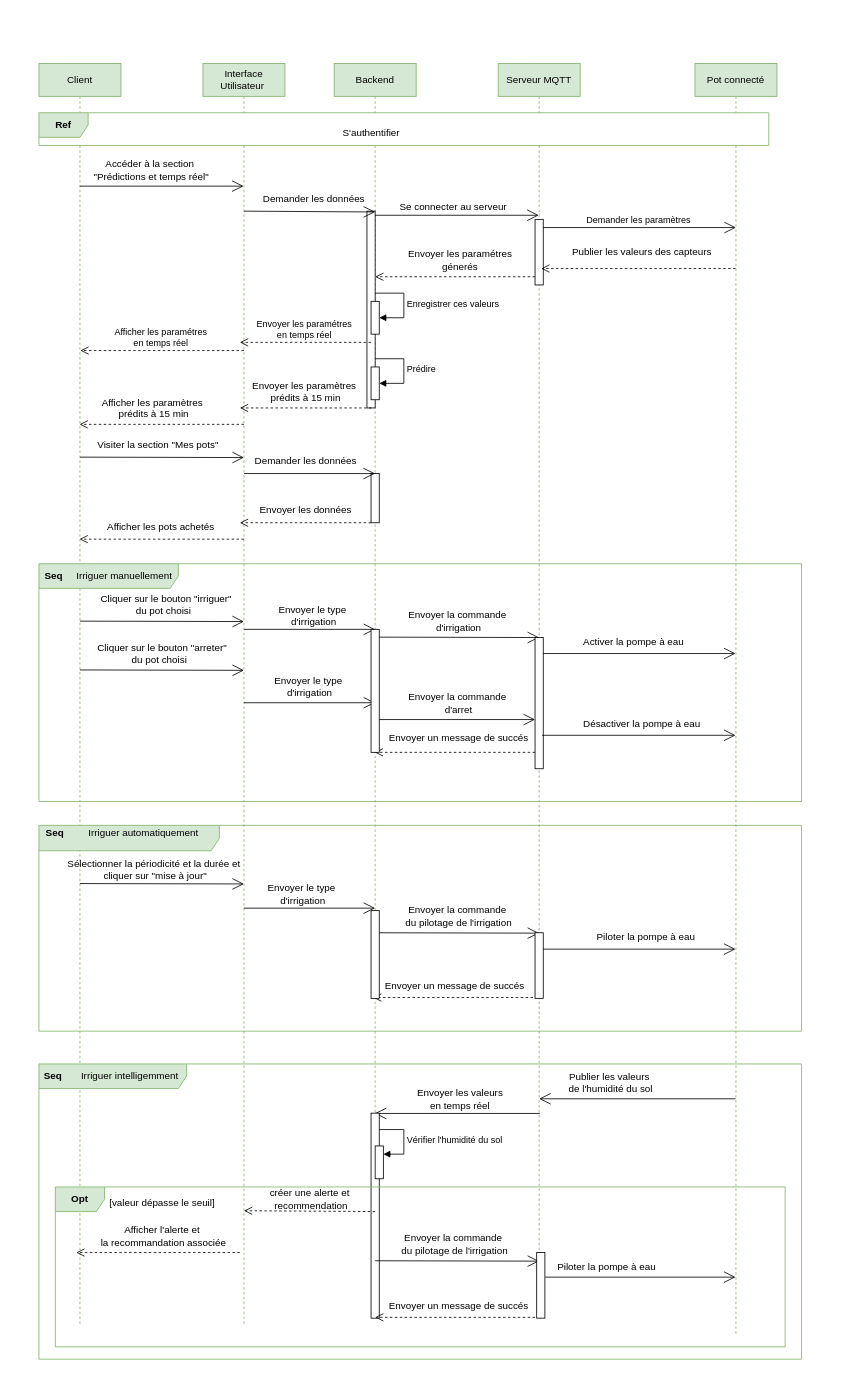
oussema1-hub/Rapport-Conception keeps this draw.io diagram as Diagramme de séquence processus de maintenance .drawio. Above is the earlier version. Source tidied: cells renumbered, new cells numbered last; positions are measured from the earlier drawing's top-left corner, leaving out a move shared by most shapes. Both pictures are drawn from the tidied source at 82%, with x=0, y=0 at pixel (39, 63).
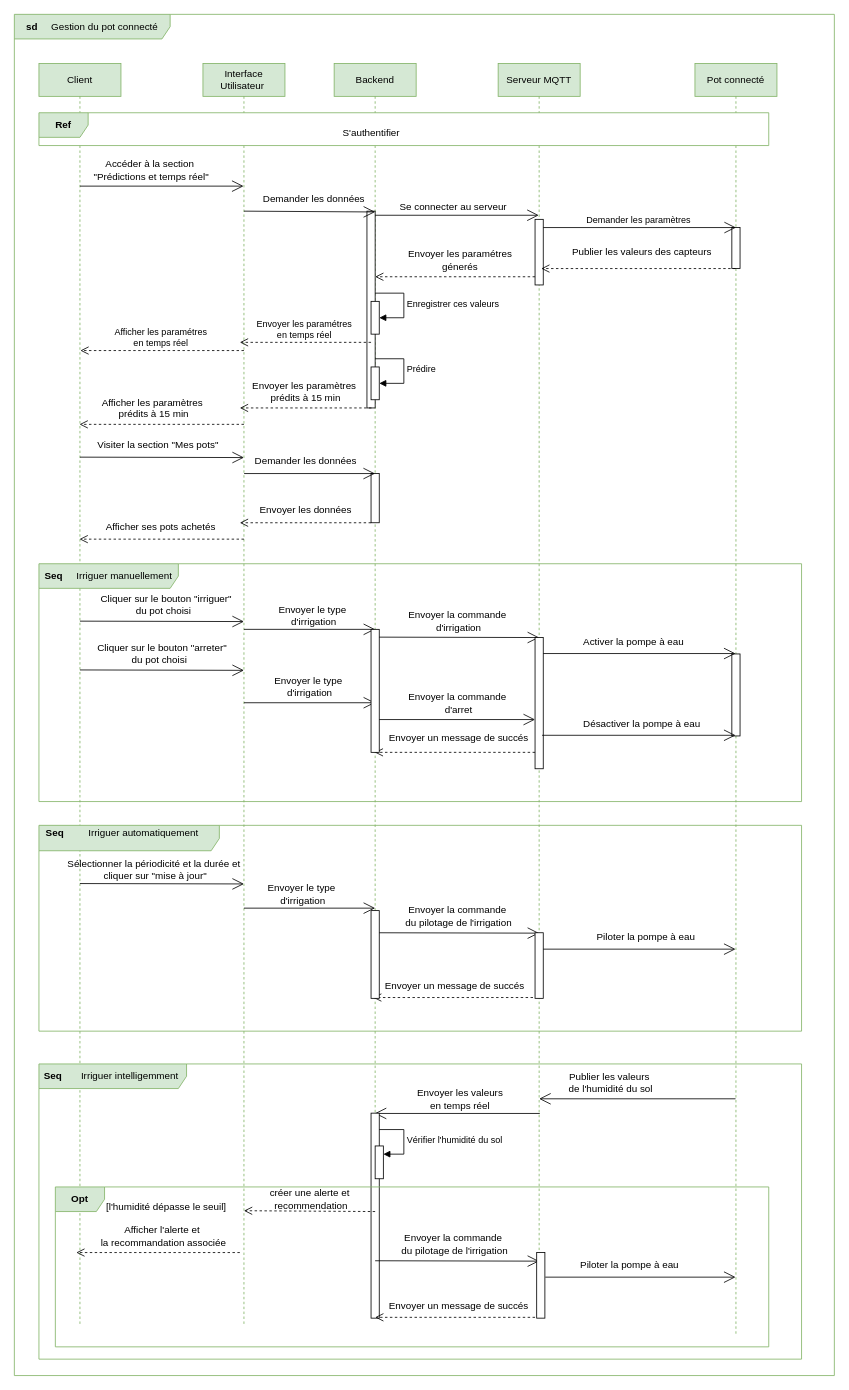
The same page after the edit.

Commit message (it also covers changes not shown here):
réalisation sprint 3

The change refers to these unchanged cells:
```xml
<mxCell id="69" value="Pot connecté" style="shape=umlLifeline;perimeter=lifelinePerimeter;whiteSpace=wrap;html=1;outlineConnect=0;portConstraint=eastwest;newEdgeStyle={&quot;curved&quot;:0,&quot;rounded&quot;:0};fillColor=#d5e8d4;strokeColor=#82b366;" parent="1" vertex="1">
  <mxGeometry x="800" width="100" height="1550" as="geometry" />
</mxCell>
```

What changed in the source:
```diff
@@
-    <mxCell id="34" value="Afficher les pots achetés&amp;nbsp;" style="text;html=1;align=center;verticalAlign=middle;strokeColor=none;fillColor=none;" parent="1" vertex="1">
+    <mxCell id="34" value="Afficher ses pots achetés&amp;nbsp;" style="text;html=1;align=center;verticalAlign=middle;strokeColor=none;fillColor=none;" parent="1" vertex="1">
       <mxGeometry x="70" y="550" width="160" height="30" as="geometry" />
     </mxCell>
@@
+    <mxCell id="97" style="html=1;perimeter=orthogonalPerimeter;targetShapes=umlLifeline;newEdgeStyle={&quot;curved&quot;:0,&quot;rounded&quot;:0};" parent="69" vertex="1">
+      <mxGeometry x="45" y="200" width="10" height="50" as="geometry" />
+    </mxCell>
+    <mxCell id="98" style="html=1;perimeter=orthogonalPerimeter;targetShapes=umlLifeline;newEdgeStyle={&quot;curved&quot;:0,&quot;rounded&quot;:0};" parent="69" vertex="1">
+      <mxGeometry x="45" y="720" width="10" height="100" as="geometry" />
+    </mxCell>
@@
     <mxCell id="85" value="Piloter la pompe à eau" style="text;html=1;align=center;verticalAlign=middle;strokeColor=none;fillColor=none;" parent="1" vertex="1">
-      <mxGeometry x="622" y="1452.5" width="140" height="30" as="geometry" />
+      <mxGeometry x="650" y="1450" width="140" height="30" as="geometry" />
     </mxCell>
@@
     <mxCell id="89" value="&lt;b&gt;Opt&lt;/b&gt;" style="shape=umlFrame;whiteSpace=wrap;html=1;fillColor=#d5e8d4;strokeColor=#82b366;" parent="1" vertex="1">
-      <mxGeometry x="20" y="1370" width="890" height="195" as="geometry" />
+      <mxGeometry x="20" y="1370" width="870" height="195" as="geometry" />
     </mxCell>
-    <mxCell id="90" value="[valeur dépasse le seuil]" style="text;html=1;align=center;verticalAlign=middle;strokeColor=none;fillColor=none;" parent="1" vertex="1">
-      <mxGeometry x="75" y="1375" width="150" height="30" as="geometry" />
+    <mxCell id="90" value="[l'humidité dépasse le seuil]" style="text;html=1;align=center;verticalAlign=middle;strokeColor=none;fillColor=none;" parent="1" vertex="1">
+      <mxGeometry x="70" y="1380" width="170" height="30" as="geometry" />
     </mxCell>
@@
+    <mxCell id="99" value="&lt;b&gt;sd&amp;nbsp; &amp;nbsp; &amp;nbsp;&lt;/b&gt;Gestion du pot connecté" style="shape=umlFrame;whiteSpace=wrap;html=1;width=190;height=30;fillColor=#d5e8d4;strokeColor=#82b366;" parent="1" vertex="1">
+      <mxGeometry x="-30" y="-60" width="1000" height="1660" as="geometry" />
+    </mxCell>
```
